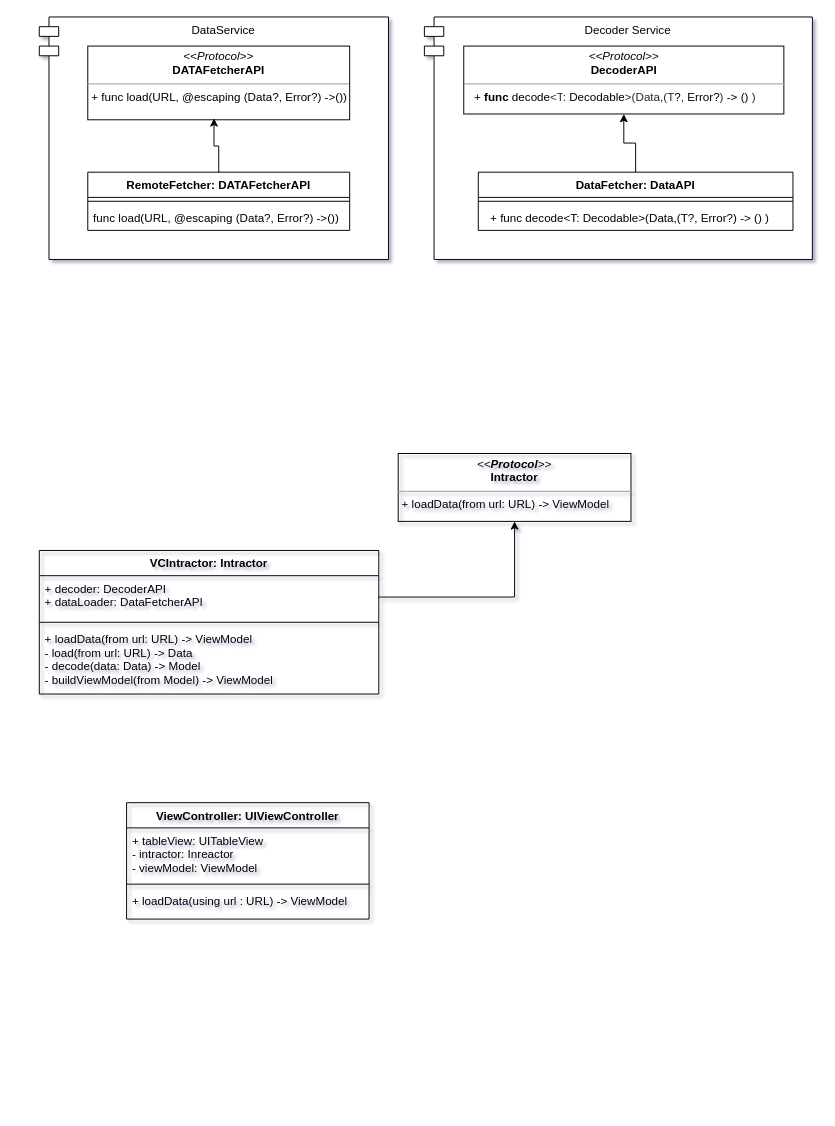
Earlier version of the draw.io diagram page "Page-2" (2 of 2) of Resource/upcomingMovies.drawio (LetsBuildApps/UpcomingMovies). Source tidied: cells renumbered, new cells numbered last; positions are measured from the earlier drawing's top-left corner, leaving out a move shared by most shapes. Both pictures are drawn from the tidied source at 97%, with x=0, y=0 at pixel (39, 16).
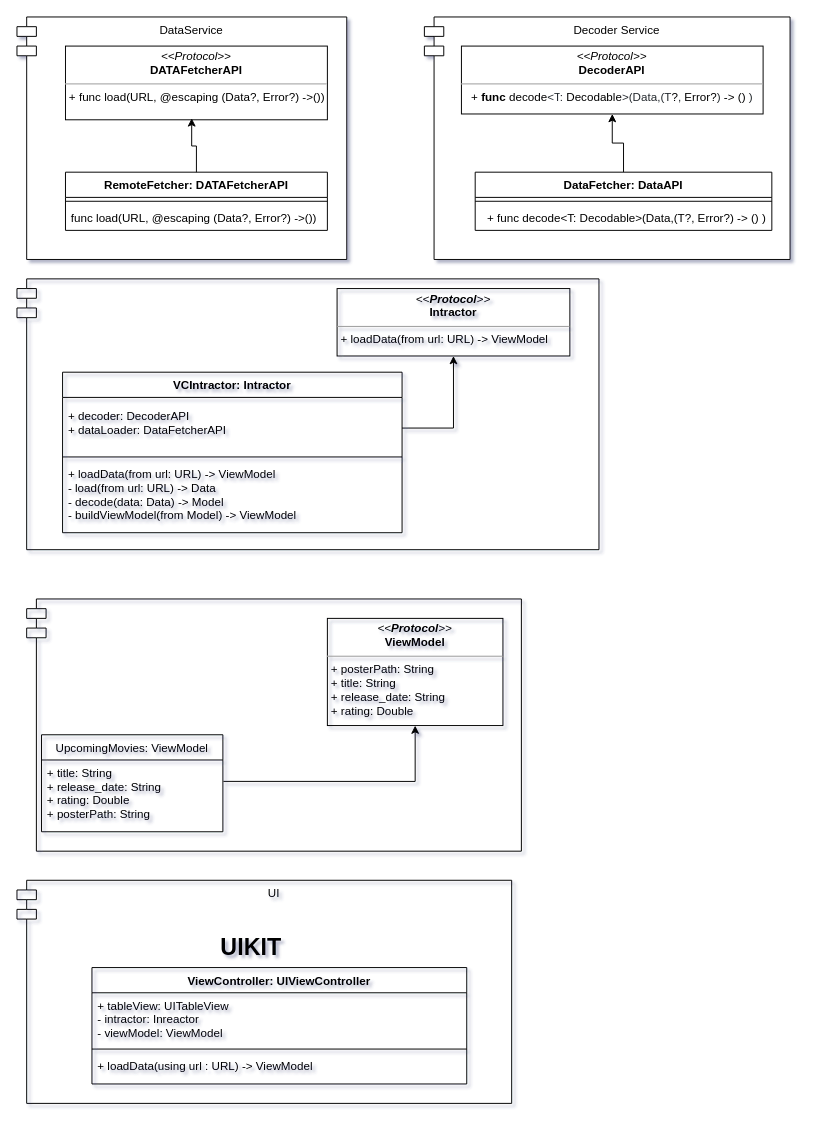
After the change.

Diff of the diagram source:
```diff
@@
-    <mxCell id="2" style="group;" parent="1" vertex="1">
-      <mxGeometry width="360" height="250" as="geometry" />
-    </mxCell>
-    <mxCell id="3" value="DataService" style="shape=module;align=left;spacingLeft=20;align=center;verticalAlign=top;fillColor=#FFFFFF;" parent="2" vertex="1">
-      <mxGeometry width="360" height="250" as="geometry" />
+    <mxCell id="3" value="DataService" style="shape=module;align=left;spacingLeft=20;align=center;verticalAlign=top;fillColor=#FFFFFF;" parent="1" vertex="1">
+      <mxGeometry x="-23" width="340" height="250" as="geometry" />
     </mxCell>
-    <mxCell id="4" value="RemoteFetcher: DATAFetcherAPI" style="swimlane;fontStyle=1;align=center;verticalAlign=top;horizontal=1;startSize=26;fillColor=#FFFFFF;" parent="2" vertex="1">
-      <mxGeometry x="50" y="160" width="270" height="60" as="geometry" />
+    <mxCell id="4" value="RemoteFetcher: DATAFetcherAPI" style="swimlane;fontStyle=1;align=center;verticalAlign=top;horizontal=1;startSize=26;fillColor=#FFFFFF;" parent="1" vertex="1">
+      <mxGeometry x="27" y="160" width="270" height="60" as="geometry" />
     </mxCell>
+    <mxCell id="7" value="&lt;p style=&quot;margin: 0px ; margin-top: 4px ; text-align: center&quot;&gt;&lt;i&gt;&amp;lt;&amp;lt;Protocol&amp;gt;&amp;gt;&lt;/i&gt;&lt;br&gt;&lt;b&gt;DATAFetcherAPI&lt;/b&gt;&lt;/p&gt;&lt;hr size=&quot;1&quot;&gt;&lt;p style=&quot;margin: 0px ; margin-left: 4px&quot;&gt;+ func load(URL, @escaping (Data?, Error?) -&amp;gt;())&lt;br&gt;&lt;br&gt;&lt;/p&gt;" style="verticalAlign=top;align=left;overflow=fill;fontSize=12;fontFamily=Helvetica;html=1;fillColor=#FFFFFF;" parent="1" vertex="1">
+      <mxGeometry x="27" y="30" width="270" height="76" as="geometry" />
+    </mxCell>
+    <mxCell id="8" style="edgeStyle=orthogonalEdgeStyle;rounded=0;jettySize=auto;html=1;entryX=0.482;entryY=0.98;entryDx=0;entryDy=0;entryPerimeter=0;" parent="1" edge="1" source="4" target="7">
+      <mxGeometry x="-810" y="-1140" as="geometry" />
+    </mxCell>
-    <mxCell id="5" style="line;strokeWidth=1;fillColor=none;align=left;verticalAlign=middle;spacingTop=-1;spacingLeft=3;spacingRight=3;labelPosition=right;" parent="4" vertex="1">
-      <mxGeometry y="26" width="270" height="8" as="geometry" />
+    <mxCell id="5" style="line;strokeWidth=1;fillColor=none;align=left;verticalAlign=middle;spacingTop=-1;spacingLeft=3;spacingRight=3;labelPosition=right;" parent="1" vertex="1">
+      <mxGeometry x="27" y="186" width="270" height="8" as="geometry" />
     </mxCell>
-    <mxCell id="6" value="func load(URL, @escaping (Data?, Error?) -&gt;())" style="text;strokeColor=none;fillColor=none;align=left;verticalAlign=top;spacingLeft=4;spacingRight=4;overflow=hidden;" parent="4" vertex="1">
-      <mxGeometry y="34" width="270" height="26" as="geometry" />
+    <mxCell id="6" value="func load(URL, @escaping (Data?, Error?) -&gt;())" style="text;strokeColor=none;fillColor=none;align=left;verticalAlign=top;spacingLeft=4;spacingRight=4;overflow=hidden;" parent="1" vertex="1">
+      <mxGeometry x="27" y="194" width="270" height="26" as="geometry" />
     </mxCell>
-    <mxCell id="7" value="&lt;p style=&quot;margin: 0px ; margin-top: 4px ; text-align: center&quot;&gt;&lt;i&gt;&amp;lt;&amp;lt;Protocol&amp;gt;&amp;gt;&lt;/i&gt;&lt;br&gt;&lt;b&gt;DATAFetcherAPI&lt;/b&gt;&lt;/p&gt;&lt;hr size=&quot;1&quot;&gt;&lt;p style=&quot;margin: 0px ; margin-left: 4px&quot;&gt;+ func load(URL, @escaping (Data?, Error?) -&amp;gt;())&lt;br&gt;&lt;br&gt;&lt;/p&gt;" style="verticalAlign=top;align=left;overflow=fill;fontSize=12;fontFamily=Helvetica;html=1;fillColor=#FFFFFF;" parent="2" vertex="1">
-      <mxGeometry x="50" y="30" width="270" height="76" as="geometry" />
-    </mxCell>
-    <mxCell id="8" style="edgeStyle=orthogonalEdgeStyle;rounded=0;jettySize=auto;html=1;entryX=0.482;entryY=0.98;entryDx=0;entryDy=0;entryPerimeter=0;" parent="2" edge="1" source="4" target="7">
-      <mxGeometry relative="1" as="geometry" />
-    </mxCell>
+    <mxCell id="27" style="group;" parent="1" vertex="1">
+      <mxGeometry x="-13" y="600" width="510" height="260" as="geometry" />
+    </mxCell>
+    <mxCell id="28" value="UpcomingMovies: ViewModel" style="swimlane;fontStyle=0;horizontal=1;startSize=26;fillColor=none;" parent="27" vertex="1">
+      <mxGeometry x="15.3" y="140" width="187" height="100" as="geometry" />
+    </mxCell>
+    <mxCell id="29" value="+ title: String&#10;+ release_date: String&#10;+ rating: Double&#10;+ posterPath: String" style="text;strokeColor=none;fillColor=none;align=left;verticalAlign=top;spacingLeft=4;spacingRight=4;overflow=hidden;points=[[0,0.5],[1,0.5]];portConstraint=eastwest;" parent="27" vertex="1">
+      <mxGeometry x="15.3" y="166" width="187" height="74" as="geometry" />
+    </mxCell>
+    <mxCell id="30" style="edgeStyle=orthogonalEdgeStyle;rounded=0;jettySize=auto;html=1;exitX=1.003;exitY=0.298;exitDx=0;exitDy=0;exitPerimeter=0;" parent="27" edge="1" source="29" target="32">
+      <mxGeometry x="-627.9" y="-225.6" as="geometry" />
+    </mxCell>
+    <mxCell id="31" style="shape=module;align=left;spacingLeft=20;align=center;verticalAlign=top;fillColor=none;" parent="27" vertex="1">
+      <mxGeometry width="510" height="260" as="geometry" />
+    </mxCell>
+    <mxCell id="32" value="&lt;p style=&quot;margin: 0px ; margin-top: 4px ; text-align: center&quot;&gt;&lt;i&gt;&amp;lt;&amp;lt;&lt;b&gt;Protocol&lt;/b&gt;&amp;gt;&amp;gt;&lt;/i&gt;&lt;br&gt;&lt;b&gt;ViewModel&lt;/b&gt;&lt;/p&gt;&lt;hr size=&quot;1&quot;&gt;&lt;p style=&quot;margin: 0px ; margin-left: 4px&quot;&gt;+ posterPath: String&lt;/p&gt;&lt;p style=&quot;margin: 0px ; margin-left: 4px&quot;&gt;+ title: String&lt;/p&gt;&lt;p style=&quot;margin: 0px ; margin-left: 4px&quot;&gt;+ release_date: String&lt;/p&gt;&lt;p style=&quot;margin: 0px ; margin-left: 4px&quot;&gt;+ rating: Double&lt;/p&gt;&lt;p style=&quot;margin: 0px ; margin-left: 4px&quot;&gt;&lt;br&gt;&lt;/p&gt;&lt;p style=&quot;margin: 0px ; margin-left: 4px&quot;&gt;&lt;br&gt;&lt;/p&gt;" style="verticalAlign=top;align=left;overflow=fill;fontSize=12;fontFamily=Helvetica;html=1;fillColor=none;" parent="27" vertex="1">
+      <mxGeometry x="310" y="20" width="181" height="110.5" as="geometry" />
+    </mxCell>
+    <mxCell id="33" style="group;" parent="1" vertex="1">
+      <mxGeometry x="-23" y="890" width="510" height="230" as="geometry" />
+    </mxCell>
+    <mxCell id="34" value="UI" style="shape=module;align=left;spacingLeft=20;align=center;verticalAlign=top;fillColor=none;" parent="33" vertex="1">
+      <mxGeometry width="510" height="230" as="geometry" />
+    </mxCell>
+    <mxCell id="23" value="ViewController: UIViewController" style="swimlane;fontStyle=1;align=center;verticalAlign=top;horizontal=1;startSize=26;fillColor=none;" parent="33" vertex="1">
+      <mxGeometry x="77.3" y="90" width="386.4" height="120" as="geometry" />
+    </mxCell>
+    <mxCell id="35" value="&lt;b&gt;&lt;font style=&quot;font-size: 24px&quot;&gt;UIKIT&lt;/font&gt;&lt;/b&gt;" style="text;html=1;align=center;verticalAlign=middle;fillColor=none;strokeColor=none;rounded=0;" parent="33" vertex="1">
+      <mxGeometry x="200.9" y="60" width="80" height="20" as="geometry" />
+    </mxCell>
+    <mxCell id="24" value="+ tableView: UITableView&#10;- intractor: Inreactor&#10;- viewModel: ViewModel&#10;" style="text;strokeColor=none;fillColor=none;align=left;verticalAlign=top;spacingLeft=4;spacingRight=4;overflow=hidden;" parent="33" vertex="1">
+      <mxGeometry x="77.3" y="116" width="386.4" height="54" as="geometry" />
+    </mxCell>
+    <mxCell id="36" style="line;strokeWidth=1;fillColor=none;align=left;verticalAlign=middle;spacingTop=-1;spacingLeft=3;spacingRight=3;labelPosition=right;" parent="33" vertex="1">
+      <mxGeometry x="77.3" y="170" width="386.4" height="8" as="geometry" />
+    </mxCell>
+    <mxCell id="26" value="+ loadData(using url : URL) -&gt; ViewModel&#10;&#10;&#10;" style="text;strokeColor=none;fillColor=none;align=left;verticalAlign=top;spacingLeft=4;spacingRight=4;overflow=hidden;" parent="33" vertex="1">
+      <mxGeometry x="77.3" y="178" width="386.4" height="32" as="geometry" />
+    </mxCell>
+    <mxCell id="37" style="group;" parent="1" vertex="1">
+      <mxGeometry x="-23" y="280" width="600" height="280" as="geometry" />
+    </mxCell>
+    <mxCell id="38" style="shape=module;align=left;spacingLeft=20;align=center;verticalAlign=top;fillColor=none;" parent="37" vertex="1">
+      <mxGeometry y="-10" width="600" height="279.2" as="geometry" />
+    </mxCell>
+    <mxCell id="21" value="&lt;p style=&quot;margin: 0px ; margin-top: 4px ; text-align: center&quot;&gt;&lt;i&gt;&amp;lt;&amp;lt;&lt;b&gt;Protocol&lt;/b&gt;&amp;gt;&amp;gt;&lt;/i&gt;&lt;br&gt;&lt;b&gt;Intractor&lt;/b&gt;&lt;/p&gt;&lt;hr size=&quot;1&quot;&gt;&lt;p style=&quot;margin: 0px ; margin-left: 4px&quot;&gt;+ loadData(from url: URL) -&amp;gt; ViewModel&lt;/p&gt;&lt;p style=&quot;margin: 0px ; margin-left: 4px&quot;&gt;&lt;br&gt;&lt;/p&gt;" style="verticalAlign=top;align=left;overflow=fill;fontSize=12;fontFamily=Helvetica;html=1;fillColor=none;" parent="37" vertex="1">
+      <mxGeometry x="330" width="240" height="69.5" as="geometry" />
+    </mxCell>
+    <mxCell id="22" style="edgeStyle=orthogonalEdgeStyle;rounded=0;jettySize=auto;html=1;" parent="37" edge="1" source="18" target="21">
+      <mxGeometry x="-720" y="-924.8" as="geometry" />
+    </mxCell>
+    <mxCell id="39" style="group;" parent="37" vertex="1">
+      <mxGeometry x="47" y="86.2" width="350" height="172.3" as="geometry" />
+    </mxCell>
+    <mxCell id="18" value="+ decoder: DecoderAPI&#10;+ dataLoader: DataFetcherAPI&#10;&#10;&#10;" style="text;strokeColor=none;fillColor=none;align=left;verticalAlign=top;spacingLeft=4;spacingRight=4;overflow=hidden;points=[[0,0.5],[1,0.5]];portConstraint=eastwest;" parent="39" vertex="1">
+      <mxGeometry y="32.3" width="350" height="50.5" as="geometry" />
+    </mxCell>
+    <mxCell id="40" style="line;strokeWidth=1;fillColor=none;align=left;verticalAlign=middle;spacingTop=-1;spacingLeft=3;spacingRight=3;labelPosition=right;" parent="39" vertex="1">
+      <mxGeometry y="82.8" width="350" height="9.2" as="geometry" />
+    </mxCell>
+    <mxCell id="20" value="+ loadData(from url: URL) -&gt; ViewModel&#10;- load(from url: URL) -&gt; Data&#10;- decode(data: Data) -&gt; Model&#10;- buildViewModel(from Model) -&gt; ViewModel" style="text;strokeColor=none;fillColor=none;align=left;verticalAlign=top;spacingLeft=4;spacingRight=4;overflow=hidden;" parent="39" vertex="1">
+      <mxGeometry y="92" width="350" height="80.3" as="geometry" />
+    </mxCell>
+    <mxCell id="17" value="VCIntractor: Intractor" style="swimlane;fontStyle=1;align=center;verticalAlign=top;horizontal=1;startSize=26;fillColor=none;" parent="39" vertex="1">
+      <mxGeometry width="350" height="165.5" as="geometry" />
+    </mxCell>
@@
     <mxCell id="10" style="group;" parent="9" vertex="1">
-      <mxGeometry x="397" width="400" height="250" as="geometry" />
+      <mxGeometry x="397" width="377" height="250" as="geometry" />
     </mxCell>
     <mxCell id="11" value="Decoder Service" style="shape=module;align=left;spacingLeft=20;align=center;verticalAlign=top;fillColor=#FFFFFF;" parent="10" vertex="1">
-      <mxGeometry width="400" height="250" as="geometry" />
+      <mxGeometry width="377" height="250" as="geometry" />
     </mxCell>
@@
     <mxCell id="13" value="DataFetcher: DataAPI" style="swimlane;fontStyle=1;align=center;verticalAlign=top;horizontal=1;startSize=26;fillColor=#FFFFFF;" parent="10" vertex="1">
-      <mxGeometry x="55.6" y="160" width="324.4" height="60" as="geometry" />
+      <mxGeometry x="52.4" y="160" width="305.8" height="60" as="geometry" />
     </mxCell>
     <mxCell id="14" style="line;strokeWidth=1;fillColor=none;align=left;verticalAlign=middle;spacingTop=-1;spacingLeft=3;spacingRight=3;labelPosition=right;" parent="13" vertex="1">
-      <mxGeometry y="26" width="324.4" height="8" as="geometry" />
+      <mxGeometry y="26" width="305.8" height="8" as="geometry" />
     </mxCell>
     <mxCell id="15" value="  + func decode&lt;T: Decodable&gt;(Data,(T?, Error?) -&gt; () )" style="text;strokeColor=none;fillColor=none;align=left;verticalAlign=top;spacingLeft=4;spacingRight=4;overflow=hidden;" parent="13" vertex="1">
-      <mxGeometry y="34" width="324.4" height="26" as="geometry" />
+      <mxGeometry y="34" width="305.8" height="26" as="geometry" />
     </mxCell>
     <mxCell id="16" value="&lt;p style=&quot;margin: 0px ; margin-top: 4px ; text-align: center&quot;&gt;&lt;i&gt;&amp;lt;&amp;lt;Protocol&amp;gt;&amp;gt;&lt;/i&gt;&lt;br&gt;&lt;b&gt;DecoderAPI&lt;/b&gt;&lt;/p&gt;&lt;hr size=&quot;1&quot;&gt;&lt;p style=&quot;margin: 0px ; margin-left: 4px&quot;&gt;&lt;span class=&quot;pl-en&quot; style=&quot;box-sizing: border-box&quot;&gt;&amp;nbsp; +&amp;nbsp;&lt;b&gt;func&lt;/b&gt;&amp;nbsp;decode&lt;/span&gt;&lt;span style=&quot;color: rgb(36 , 41 , 46) ; background-color: rgb(255 , 255 , 255)&quot;&gt;&amp;lt;T&lt;/span&gt;&lt;span style=&quot;color: rgb(36 , 41 , 46) ; background-color: rgb(255 , 255 , 255)&quot;&gt;:&amp;nbsp;&lt;/span&gt;&lt;span class=&quot;pl-e&quot; style=&quot;box-sizing: border-box&quot;&gt;Decodable&lt;/span&gt;&lt;span style=&quot;color: rgb(36 , 41 , 46) ; background-color: rgb(255 , 255 , 255)&quot;&gt;&amp;gt;(&lt;/span&gt;&lt;span style=&quot;color: rgb(36 , 41 , 46) ; background-color: rgb(255 , 255 , 255)&quot;&gt;Data,&lt;/span&gt;&lt;span style=&quot;color: rgb(36 , 41 , 46) ; background-color: rgb(255 , 255 , 255)&quot;&gt;(T&lt;/span&gt;&lt;span class=&quot;pl-k&quot; style=&quot;box-sizing: border-box&quot;&gt;?&lt;/span&gt;&lt;span style=&quot;color: rgb(36 , 41 , 46) ; background-color: rgb(255 , 255 , 255)&quot;&gt;,&amp;nbsp;&lt;/span&gt;&lt;span class=&quot;pl-c1&quot; style=&quot;box-sizing: border-box&quot;&gt;Error&lt;/span&gt;&lt;span class=&quot;pl-k&quot; style=&quot;box-sizing: border-box&quot;&gt;?&lt;/span&gt;&lt;span style=&quot;color: rgb(36 , 41 , 46) ; background-color: rgb(255 , 255 , 255)&quot;&gt;)&amp;nbsp;&lt;/span&gt;&lt;span class=&quot;pl-k&quot; style=&quot;box-sizing: border-box&quot;&gt;-&amp;gt;&lt;/span&gt;&lt;span style=&quot;color: rgb(36 , 41 , 46) ; background-color: rgb(255 , 255 , 255)&quot;&gt;&amp;nbsp;&lt;/span&gt;&lt;span&gt;()&lt;/span&gt;&lt;span style=&quot;color: rgb(36 , 41 , 46) ; background-color: rgb(255 , 255 , 255)&quot;&gt;&amp;nbsp;)&lt;/span&gt;&lt;br&gt;&lt;/p&gt;" style="verticalAlign=top;align=left;overflow=fill;fontSize=12;fontFamily=Helvetica;html=1;fillColor=none;" parent="10" vertex="1">
-      <mxGeometry x="40.6" y="30" width="330" height="70" as="geometry" />
+      <mxGeometry x="38.2" y="30" width="311" height="70" as="geometry" />
     </mxCell>
-    <mxCell id="17" value="VCIntractor: Intractor" style="swimlane;fontStyle=1;align=center;verticalAlign=top;horizontal=1;startSize=26;fillColor=none;" parent="9" vertex="1">
-      <mxGeometry y="550" width="350" height="148" as="geometry" />
-    </mxCell>
-    <mxCell id="18" value="+ decoder: DecoderAPI&#10;+ dataLoader: DataFetcherAPI&#10;&#10;&#10;" style="text;strokeColor=none;fillColor=none;align=left;verticalAlign=top;spacingLeft=4;spacingRight=4;overflow=hidden;points=[[0,0.5],[1,0.5]];portConstraint=eastwest;" parent="17" vertex="1">
-      <mxGeometry y="26" width="350" height="44" as="geometry" />
-    </mxCell>
-    <mxCell id="19" style="line;strokeWidth=1;fillColor=none;align=left;verticalAlign=middle;spacingTop=-1;spacingLeft=3;spacingRight=3;labelPosition=right;" parent="17" vertex="1">
-      <mxGeometry y="70" width="350" height="8" as="geometry" />
-    </mxCell>
-    <mxCell id="20" value="+ loadData(from url: URL) -&gt; ViewModel&#10;- load(from url: URL) -&gt; Data&#10;- decode(data: Data) -&gt; Model&#10;- buildViewModel(from Model) -&gt; ViewModel" style="text;strokeColor=none;fillColor=none;align=left;verticalAlign=top;spacingLeft=4;spacingRight=4;overflow=hidden;" parent="17" vertex="1">
-      <mxGeometry y="78" width="350" height="70" as="geometry" />
-    </mxCell>
-    <mxCell id="21" value="&lt;p style=&quot;margin: 0px ; margin-top: 4px ; text-align: center&quot;&gt;&lt;i&gt;&amp;lt;&amp;lt;&lt;b&gt;Protocol&lt;/b&gt;&amp;gt;&amp;gt;&lt;/i&gt;&lt;br&gt;&lt;b&gt;Intractor&lt;/b&gt;&lt;/p&gt;&lt;hr size=&quot;1&quot;&gt;&lt;p style=&quot;margin: 0px ; margin-left: 4px&quot;&gt;+ loadData(from url: URL) -&amp;gt; ViewModel&lt;/p&gt;&lt;p style=&quot;margin: 0px ; margin-left: 4px&quot;&gt;&lt;br&gt;&lt;/p&gt;" style="verticalAlign=top;align=left;overflow=fill;fontSize=12;fontFamily=Helvetica;html=1;fillColor=none;" parent="9" vertex="1">
-      <mxGeometry x="370" y="450" width="240" height="70" as="geometry" />
-    </mxCell>
-    <mxCell id="22" style="edgeStyle=orthogonalEdgeStyle;rounded=0;jettySize=auto;html=1;" parent="9" edge="1" source="18" target="21">
-      <mxGeometry relative="1" as="geometry" />
-    </mxCell>
-    <mxCell id="23" value="ViewController: UIViewController" style="swimlane;fontStyle=1;align=center;verticalAlign=top;horizontal=1;startSize=26;fillColor=none;" parent="9" vertex="1">
-      <mxGeometry x="90" y="810" width="250" height="120" as="geometry" />
-    </mxCell>
-    <mxCell id="24" value="+ tableView: UITableView&#10;- intractor: Inreactor&#10;- viewModel: ViewModel&#10;" style="text;strokeColor=none;fillColor=none;align=left;verticalAlign=top;spacingLeft=4;spacingRight=4;overflow=hidden;" parent="23" vertex="1">
-      <mxGeometry y="26" width="250" height="54" as="geometry" />
-    </mxCell>
-    <mxCell id="25" style="line;strokeWidth=1;fillColor=none;align=left;verticalAlign=middle;spacingTop=-1;spacingLeft=3;spacingRight=3;labelPosition=right;" parent="23" vertex="1">
-      <mxGeometry y="80" width="250" height="8" as="geometry" />
-    </mxCell>
-    <mxCell id="26" value="+ loadData(using url : URL) -&gt; ViewModel&#10;&#10;&#10;" style="text;strokeColor=none;fillColor=none;align=left;verticalAlign=top;spacingLeft=4;spacingRight=4;overflow=hidden;" parent="23" vertex="1">
-      <mxGeometry y="88" width="250" height="32" as="geometry" />
-    </mxCell>
```
